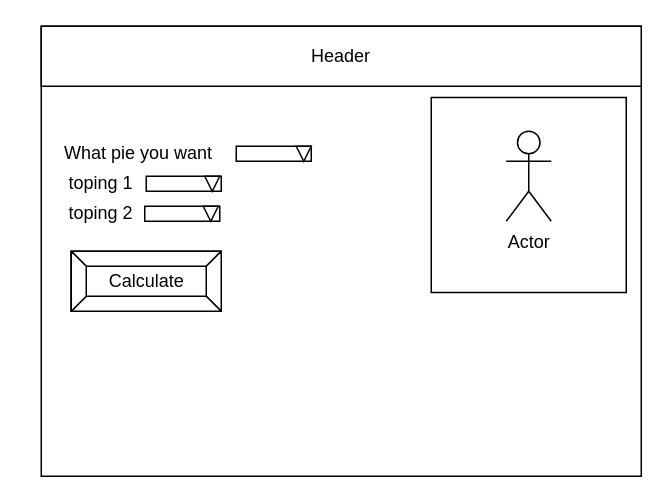
Chloe-Havel/assinment-ICS2O-4 keeps this draw.io diagram as design/story-board.drawio. Above is the earlier version. Source tidied: cells renumbered, new cells numbered last; positions are measured from the earlier drawing's top-left corner, leaving out a move shared by most shapes. Both pictures are drawn from the tidied source at 150%, with x=0, y=0 at pixel (26, 26).
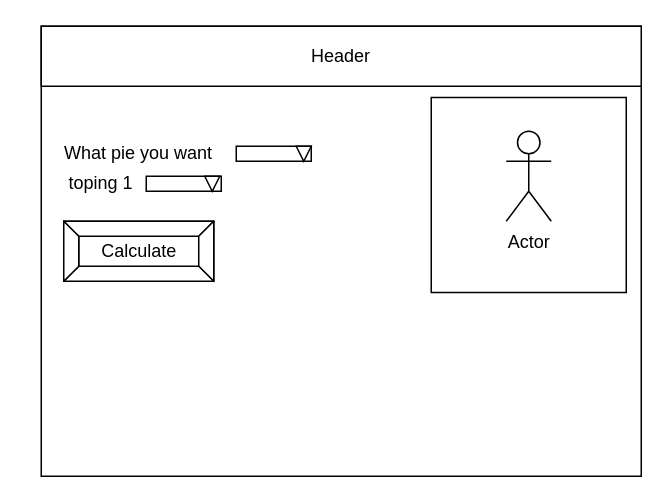
Above is the later version.

The edit, as a diff of the source:
```diff
@@
 <mxGraphModel>
   <root>
     <mxCell id="0" />
     <mxCell id="1" parent="0" />
     <mxCell id="2" style="rounded=0;whiteSpace=wrap;html=1;" parent="1" vertex="1">
       <mxGeometry x="10" width="400" height="300" as="geometry" />
     </mxCell>
     <mxCell id="3" value="Header" style="rounded=0;whiteSpace=wrap;html=1;" parent="1" vertex="1">
       <mxGeometry x="10" width="400" height="40" as="geometry" />
     </mxCell>
     <mxCell id="4" value="Calculate" style="labelPosition=center;verticalLabelPosition=middle;align=center;html=1;shape=mxgraph.basic.button;dx=10;" parent="1" vertex="1">
-      <mxGeometry x="30" y="150" width="100" height="40" as="geometry" />
+      <mxGeometry x="25" y="130" width="100" height="40" as="geometry" />
     </mxCell>
     <mxCell id="5" value="What pie you want" style="text;html=1;strokeColor=none;fillColor=none;align=center;verticalAlign=middle;whiteSpace=wrap;rounded=0;" parent="1" vertex="1">
       <mxGeometry y="70" width="150" height="30" as="geometry" />
     </mxCell>
     <mxCell id="6" value="toping 1" style="text;html=1;strokeColor=none;fillColor=none;align=center;verticalAlign=middle;whiteSpace=wrap;rounded=0;" parent="1" vertex="1">
       <mxGeometry x="20" y="90" width="60" height="30" as="geometry" />
     </mxCell>
     <mxCell id="7" style="rounded=0;whiteSpace=wrap;html=1;" parent="1" vertex="1">
       <mxGeometry x="140" y="80" width="50" height="10" as="geometry" />
     </mxCell>
     <mxCell id="8" style="rounded=0;whiteSpace=wrap;html=1;" parent="1" vertex="1">
       <mxGeometry x="80" y="100" width="50" height="10" as="geometry" />
     </mxCell>
     <mxCell id="9" style="triangle;whiteSpace=wrap;html=1;rotation=90;" parent="1" vertex="1">
       <mxGeometry x="180" y="80" width="10" height="10" as="geometry" />
     </mxCell>
     <mxCell id="10" style="triangle;whiteSpace=wrap;html=1;rotation=90;" parent="1" vertex="1">
       <mxGeometry x="119" y="100" width="10" height="10" as="geometry" />
     </mxCell>
     <mxCell id="11" style="whiteSpace=wrap;html=1;" parent="1" vertex="1">
       <mxGeometry x="270" y="47.5" width="130" height="130" as="geometry" />
     </mxCell>
     <mxCell id="12" value="Actor" style="shape=umlActor;verticalLabelPosition=bottom;verticalAlign=top;html=1;" parent="1" vertex="1">
       <mxGeometry x="320" y="70" width="30" height="60" as="geometry" />
     </mxCell>
-    <mxCell id="13" style="rounded=0;whiteSpace=wrap;html=1;" parent="1" vertex="1">
-      <mxGeometry x="79" y="120" width="50" height="10" as="geometry" />
-    </mxCell>
-    <mxCell id="14" style="triangle;whiteSpace=wrap;html=1;rotation=90;" parent="1" vertex="1">
-      <mxGeometry x="118" y="120" width="10" height="10" as="geometry" />
-    </mxCell>
-    <mxCell id="15" value="toping 2" style="text;html=1;strokeColor=none;fillColor=none;align=center;verticalAlign=middle;whiteSpace=wrap;rounded=0;" parent="1" vertex="1">
-      <mxGeometry x="20" y="110" width="60" height="30" as="geometry" />
-    </mxCell>
   </root>
 </mxGraphModel>
```
